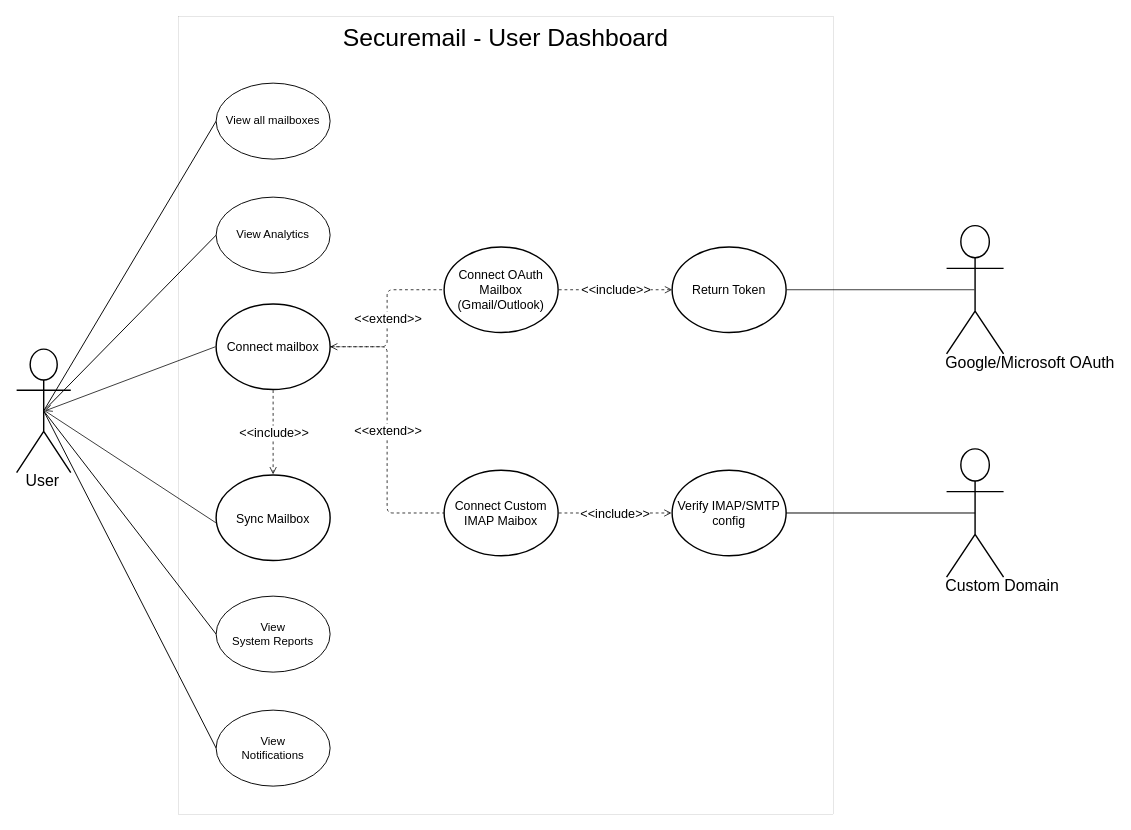
Above: diagrams/Usecase-dashbord.drawio in The-Team-Dream/SecureMail (draw.io), before the change. Source tidied: cells renumbered, new cells numbered last; positions are measured from the earlier drawing's top-left corner, leaving out a move shared by most shapes. Both pictures are drawn from the tidied source at 95%, with x=0, y=0 at pixel (16, 16).
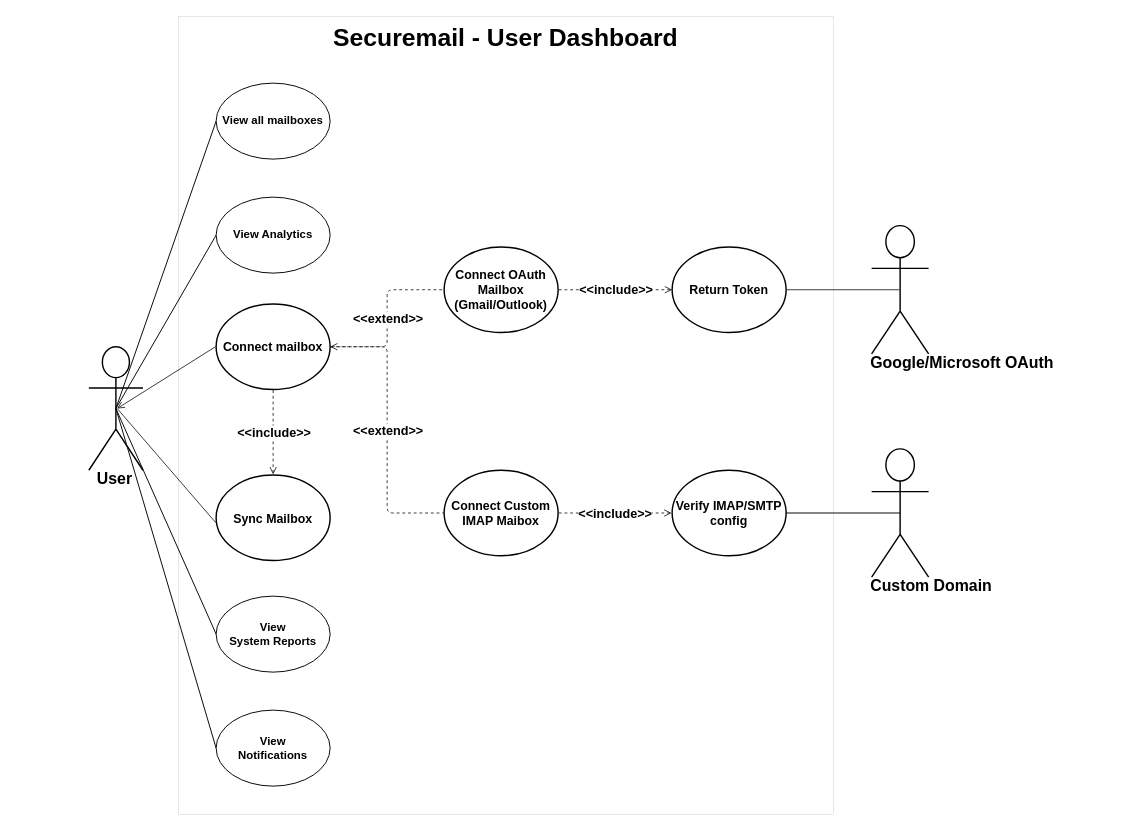
After the change.

Commit message (it also covers changes not shown here):
docs: add system architecture and design diagrams for Securemail project

Change to the diagram source:
```diff
@@
-    <mxCell id="2" value="Securemail - User Dashboard" style="whiteSpace=wrap;html=1;strokeWidth=0;verticalAlign=top;fontSize=26;labelBackgroundColor=none;" parent="1" vertex="1">
+    <mxCell id="2" value="Securemail - User Dashboard" style="whiteSpace=wrap;html=1;strokeWidth=0;verticalAlign=top;fontSize=26;labelBackgroundColor=none;fontStyle=1;" parent="1" vertex="1">
       <mxGeometry x="170" width="690" height="840" as="geometry" />
     </mxCell>
-    <mxCell id="3" style="edgeStyle=none;rounded=0;jettySize=auto;html=1;entryX=0;entryY=0.5;entryDx=0;entryDy=0;endArrow=none;endFill=0;exitX=0.5;exitY=0.5;exitDx=0;exitDy=0;exitPerimeter=0;" parent="1" edge="1" source="7" target="28">
+    <mxCell id="3" style="edgeStyle=none;rounded=0;jettySize=auto;html=1;entryX=0;entryY=0.5;entryDx=0;entryDy=0;endArrow=none;endFill=0;exitX=0.5;exitY=0.5;exitDx=0;exitDy=0;exitPerimeter=0;fontStyle=1;" parent="1" edge="1" source="7" target="28">
       <mxGeometry relative="1" as="geometry" />
     </mxCell>
-    <mxCell id="4" style="edgeStyle=none;rounded=0;jettySize=auto;html=1;entryX=0;entryY=0.5;entryDx=0;entryDy=0;endArrow=none;endFill=0;exitX=0.5;exitY=0.5;exitDx=0;exitDy=0;exitPerimeter=0;" parent="1" edge="1" source="7" target="29">
+    <mxCell id="4" style="edgeStyle=none;rounded=0;jettySize=auto;html=1;entryX=0;entryY=0.5;entryDx=0;entryDy=0;endArrow=none;endFill=0;exitX=0.5;exitY=0.5;exitDx=0;exitDy=0;exitPerimeter=0;fontStyle=1;" parent="1" edge="1" source="7" target="29">
       <mxGeometry relative="1" as="geometry" />
     </mxCell>
-    <mxCell id="5" style="rounded=0;jettySize=auto;html=1;exitX=0.5;exitY=0.5;exitDx=0;exitDy=0;exitPerimeter=0;entryX=0;entryY=0.5;entryDx=0;entryDy=0;endArrow=none;endFill=0;" parent="1" edge="1" source="7" target="32">
+    <mxCell id="5" style="rounded=0;jettySize=auto;html=1;exitX=0.5;exitY=0.5;exitDx=0;exitDy=0;exitPerimeter=0;entryX=0;entryY=0.5;entryDx=0;entryDy=0;endArrow=none;endFill=0;fontStyle=1;" parent="1" edge="1" source="7" target="32">
       <mxGeometry relative="1" as="geometry" />
     </mxCell>
-    <mxCell id="6" style="rounded=0;jettySize=auto;html=1;exitX=0.5;exitY=0.5;exitDx=0;exitDy=0;exitPerimeter=0;entryX=0;entryY=0.5;entryDx=0;entryDy=0;endArrow=none;endFill=0;" parent="1" edge="1" source="7" target="33">
+    <mxCell id="6" style="rounded=0;jettySize=auto;html=1;exitX=0.5;exitY=0.5;exitDx=0;exitDy=0;exitPerimeter=0;entryX=0;entryY=0.5;entryDx=0;entryDy=0;endArrow=none;endFill=0;fontStyle=1;" parent="1" edge="1" source="7" target="33">
       <mxGeometry relative="1" as="geometry" />
     </mxCell>
-    <mxCell id="7" value="User" style="html=1;overflow=block;blockSpacing=1;shape=umlActor;labelPosition=center;verticalLabelPosition=bottom;verticalAlign=top;whiteSpace=nowrap;fontSize=16.7;spacing=0;strokeOpacity=100;fillOpacity=100;rounded=1;absoluteArcSize=1;arcSize=9;strokeWidth=1.5;lucidId=tjuU~bJIuo7A;snapToPoint=0;backgroundOutline=0;enumerate=0;comic=0;" parent="1" vertex="1">
-      <mxGeometry y="350" width="57" height="130" as="geometry" />
+    <mxCell id="7" value="User" style="html=1;overflow=block;blockSpacing=1;shape=umlActor;labelPosition=center;verticalLabelPosition=bottom;verticalAlign=top;whiteSpace=nowrap;fontSize=16.7;spacing=0;strokeOpacity=100;fillOpacity=100;rounded=1;absoluteArcSize=1;arcSize=9;strokeWidth=1.5;lucidId=tjuU~bJIuo7A;snapToPoint=0;backgroundOutline=0;enumerate=0;comic=0;fontStyle=1;" parent="1" vertex="1">
+      <mxGeometry x="76" y="347.5" width="57" height="130" as="geometry" />
     </mxCell>
-    <mxCell id="8" value="Google/Microsoft&amp;nbsp;&lt;span style=&quot;background-color: transparent; color: light-dark(rgb(0, 0, 0), rgb(255, 255, 255));&quot;&gt;OAuth&lt;/span&gt;" style="html=1;overflow=block;blockSpacing=1;shape=umlActor;labelPosition=center;verticalLabelPosition=bottom;verticalAlign=top;whiteSpace=nowrap;fontSize=16.7;spacing=0;strokeOpacity=100;fillOpacity=100;rounded=1;absoluteArcSize=1;arcSize=9;strokeWidth=1.5;lucidId=YBuUi~5pyyF5;snapToPoint=0;backgroundOutline=0;enumerate=0;comic=0;align=center;" parent="1" vertex="1">
-      <mxGeometry x="978.9" y="220" width="60" height="135" as="geometry" />
+    <mxCell id="8" value="Google/Microsoft&amp;nbsp;&lt;span style=&quot;background-color: transparent; color: light-dark(rgb(0, 0, 0), rgb(255, 255, 255));&quot;&gt;OAuth&lt;/span&gt;" style="html=1;overflow=block;blockSpacing=1;shape=umlActor;labelPosition=center;verticalLabelPosition=bottom;verticalAlign=top;whiteSpace=nowrap;fontSize=16.7;spacing=0;strokeOpacity=100;fillOpacity=100;rounded=1;absoluteArcSize=1;arcSize=9;strokeWidth=1.5;lucidId=YBuUi~5pyyF5;snapToPoint=0;backgroundOutline=0;enumerate=0;comic=0;align=center;fontStyle=1;" parent="1" vertex="1">
+      <mxGeometry x="900" y="220" width="60" height="135" as="geometry" />
     </mxCell>
-    <mxCell id="9" value="Return Token" style="html=1;overflow=block;blockSpacing=1;whiteSpace=wrap;ellipse;fontSize=13;spacing=3.8;strokeOpacity=100;fillOpacity=100;rounded=1;absoluteArcSize=1;arcSize=9;strokeWidth=1.5;lucidId=DDvUJ62FBFTL;snapToPoint=0;backgroundOutline=0;enumerate=0;comic=0;" parent="1" vertex="1">
+    <mxCell id="9" value="Return Token" style="html=1;overflow=block;blockSpacing=1;whiteSpace=wrap;ellipse;fontSize=13;spacing=3.8;strokeOpacity=100;fillOpacity=100;rounded=1;absoluteArcSize=1;arcSize=9;strokeWidth=1.5;lucidId=DDvUJ62FBFTL;snapToPoint=0;backgroundOutline=0;enumerate=0;comic=0;fontStyle=1;" parent="1" vertex="1">
       <mxGeometry x="690" y="242.5" width="120" height="90" as="geometry" />
     </mxCell>
-    <mxCell id="10" style="html=1;jettySize=18;whiteSpace=wrap;fontSize=13;strokeOpacity=100;strokeWidth=0.8;rounded=0;startArrow=none;endArrow=none;exitX=0.488;exitY=0.5;exitPerimeter=0;entryX=1.006;entryY=0.5;entryPerimeter=0;lucidId=.DvUfyTKyQb-;snapToPoint=0;backgroundOutline=0;enumerate=0;comic=0;" parent="1" edge="1" source="8" target="9">
+    <mxCell id="10" style="html=1;jettySize=18;whiteSpace=wrap;fontSize=13;strokeOpacity=100;strokeWidth=0.8;rounded=0;startArrow=none;endArrow=none;exitX=0.488;exitY=0.5;exitPerimeter=0;entryX=1.006;entryY=0.5;entryPerimeter=0;lucidId=.DvUfyTKyQb-;snapToPoint=0;backgroundOutline=0;enumerate=0;comic=0;fontStyle=1;" parent="1" edge="1" source="8" target="9">
       <mxGeometry relative="1" as="geometry" />
     </mxCell>
-    <mxCell id="11" style="html=1;jettySize=18;whiteSpace=wrap;fontSize=13;strokeOpacity=100;strokeWidth=0.8;rounded=0;startArrow=open;endArrow=none;exitX=0.523;exitY=0.5;exitPerimeter=0;entryX=-0.006;entryY=0.5;entryPerimeter=0;lucidId=5QvUc~6p.JBO;snapToPoint=0;backgroundOutline=0;enumerate=0;comic=0;" parent="1" edge="1" source="7" target="12">
+    <mxCell id="11" style="html=1;jettySize=18;whiteSpace=wrap;fontSize=13;strokeOpacity=100;strokeWidth=0.8;rounded=0;startArrow=open;endArrow=none;exitX=0.523;exitY=0.5;exitPerimeter=0;entryX=-0.006;entryY=0.5;entryPerimeter=0;lucidId=5QvUc~6p.JBO;snapToPoint=0;backgroundOutline=0;enumerate=0;comic=0;fontStyle=1;" parent="1" edge="1" source="7" target="12">
       <mxGeometry relative="1" as="geometry" />
     </mxCell>
-    <mxCell id="12" value="Connect mailbox" style="html=1;overflow=block;blockSpacing=1;whiteSpace=wrap;ellipse;fontSize=13;spacing=3.8;strokeOpacity=100;fillOpacity=100;rounded=1;absoluteArcSize=1;arcSize=9;strokeWidth=1.5;lucidId=6QvUDjdQjFXp;snapToPoint=0;backgroundOutline=0;enumerate=0;comic=0;" parent="1" vertex="1">
+    <mxCell id="12" value="Connect mailbox" style="html=1;overflow=block;blockSpacing=1;whiteSpace=wrap;ellipse;fontSize=13;spacing=3.8;strokeOpacity=100;fillOpacity=100;rounded=1;absoluteArcSize=1;arcSize=9;strokeWidth=1.5;lucidId=6QvUDjdQjFXp;snapToPoint=0;backgroundOutline=0;enumerate=0;comic=0;fontStyle=1;" parent="1" vertex="1">
       <mxGeometry x="210" y="302.5" width="120" height="90" as="geometry" />
     </mxCell>
-    <mxCell id="13" style="html=1;jettySize=18;whiteSpace=wrap;fontSize=13;strokeOpacity=100;dashed=1;fixDash=1;strokeWidth=0.8;rounded=1;arcSize=12;edgeStyle=orthogonalEdgeStyle;startArrow=none;endArrow=none;exitX=1;exitY=0.5;exitPerimeter=0;entryX=0;entryY=0.5;entryPerimeter=0;lucidId=ERvUGah70YaZ;snapToPoint=0;backgroundOutline=0;enumerate=0;comic=0;" parent="1" edge="1" source="12" target="15">
+    <mxCell id="13" style="html=1;jettySize=18;whiteSpace=wrap;fontSize=13;strokeOpacity=100;dashed=1;fixDash=1;strokeWidth=0.8;rounded=1;arcSize=12;edgeStyle=orthogonalEdgeStyle;startArrow=none;endArrow=none;exitX=1;exitY=0.5;exitPerimeter=0;entryX=0;entryY=0.5;entryPerimeter=0;lucidId=ERvUGah70YaZ;snapToPoint=0;backgroundOutline=0;enumerate=0;comic=0;fontStyle=1;" parent="1" edge="1" source="12" target="15">
       <mxGeometry relative="1" as="geometry" />
     </mxCell>
-    <mxCell id="14" value="&amp;lt;&amp;lt;extend&amp;gt;&amp;gt;" style="text;html=1;labelBackgroundColor=default;align=center;verticalAlign=middle;fontStyle=0;fontColor=default;fontSize=13.3;backgroundOutline=0;enumerate=0;comic=0;labelBorderColor=none;textShadow=0;" parent="13" vertex="1">
+    <mxCell id="14" value="&amp;lt;&amp;lt;extend&amp;gt;&amp;gt;" style="text;html=1;labelBackgroundColor=default;align=center;verticalAlign=middle;fontStyle=1;fontColor=default;fontSize=13.3;backgroundOutline=0;enumerate=0;comic=0;labelBorderColor=none;textShadow=0;" parent="13" vertex="1">
       <mxGeometry relative="1" as="geometry" />
     </mxCell>
-    <mxCell id="15" value="Connect Custom IMAP Maibox" style="html=1;overflow=block;blockSpacing=1;whiteSpace=wrap;ellipse;fontSize=13;spacing=3.8;strokeOpacity=100;fillOpacity=100;rounded=1;absoluteArcSize=1;arcSize=9;strokeWidth=1.5;lucidId=ERvUNEFCjWL7;snapToPoint=0;backgroundOutline=0;enumerate=0;comic=0;" parent="1" vertex="1">
+    <mxCell id="15" value="Connect Custom IMAP Maibox" style="html=1;overflow=block;blockSpacing=1;whiteSpace=wrap;ellipse;fontSize=13;spacing=3.8;strokeOpacity=100;fillOpacity=100;rounded=1;absoluteArcSize=1;arcSize=9;strokeWidth=1.5;lucidId=ERvUNEFCjWL7;snapToPoint=0;backgroundOutline=0;enumerate=0;comic=0;fontStyle=1;" parent="1" vertex="1">
       <mxGeometry x="450" y="477.5" width="120" height="90" as="geometry" />
     </mxCell>
-    <mxCell id="16" style="html=1;jettySize=18;whiteSpace=wrap;fontSize=13;strokeOpacity=100;dashed=1;fixDash=1;strokeWidth=0.8;rounded=1;arcSize=12;edgeStyle=orthogonalEdgeStyle;startArrow=open;endArrow=none;exitX=1;exitY=0.5;exitPerimeter=0;entryX=0;entryY=0.5;entryPerimeter=0;lucidId=ERvU7349jFj.;snapToPoint=0;backgroundOutline=0;enumerate=0;comic=0;" parent="1" edge="1" source="12" target="18">
+    <mxCell id="16" style="html=1;jettySize=18;whiteSpace=wrap;fontSize=13;strokeOpacity=100;dashed=1;fixDash=1;strokeWidth=0.8;rounded=1;arcSize=12;edgeStyle=orthogonalEdgeStyle;startArrow=open;endArrow=none;exitX=1;exitY=0.5;exitPerimeter=0;entryX=0;entryY=0.5;entryPerimeter=0;lucidId=ERvU7349jFj.;snapToPoint=0;backgroundOutline=0;enumerate=0;comic=0;fontStyle=1;" parent="1" edge="1" source="12" target="18">
       <mxGeometry relative="1" as="geometry" />
     </mxCell>
-    <mxCell id="17" value="&amp;lt;&amp;lt;extend&amp;gt;&amp;gt;" style="text;html=1;labelBackgroundColor=default;align=center;verticalAlign=middle;fontStyle=0;fontColor=default;fontSize=13.3;backgroundOutline=0;enumerate=0;comic=0;labelBorderColor=none;textShadow=0;" parent="16" vertex="1">
+    <mxCell id="17" value="&amp;lt;&amp;lt;extend&amp;gt;&amp;gt;" style="text;html=1;labelBackgroundColor=default;align=center;verticalAlign=middle;fontStyle=1;fontColor=default;fontSize=13.3;backgroundOutline=0;enumerate=0;comic=0;labelBorderColor=none;textShadow=0;" parent="16" vertex="1">
       <mxGeometry relative="1" as="geometry" />
     </mxCell>
-    <mxCell id="18" value="Connect OAuth Mailbox (Gmail/Outlook)" style="html=1;overflow=block;blockSpacing=1;whiteSpace=wrap;ellipse;fontSize=13;spacing=3.8;strokeOpacity=100;fillOpacity=100;rounded=1;absoluteArcSize=1;arcSize=9;strokeWidth=1.5;lucidId=ERvUNmOktHEo;snapToPoint=0;backgroundOutline=0;enumerate=0;comic=0;" parent="1" vertex="1">
+    <mxCell id="18" value="Connect OAuth Mailbox (Gmail/Outlook)" style="html=1;overflow=block;blockSpacing=1;whiteSpace=wrap;ellipse;fontSize=13;spacing=3.8;strokeOpacity=100;fillOpacity=100;rounded=1;absoluteArcSize=1;arcSize=9;strokeWidth=1.5;lucidId=ERvUNmOktHEo;snapToPoint=0;backgroundOutline=0;enumerate=0;comic=0;fontStyle=1;" parent="1" vertex="1">
       <mxGeometry x="450" y="242.5" width="120" height="90" as="geometry" />
     </mxCell>
-    <mxCell id="19" style="html=1;jettySize=18;whiteSpace=wrap;fontSize=13;strokeOpacity=100;dashed=1;fixDash=1;strokeWidth=0.8;rounded=0;startArrow=none;endArrow=open;exitX=1.006;exitY=0.5;exitPerimeter=0;lucidId=_VvUQJidgzz5;snapToPoint=0;backgroundOutline=0;enumerate=0;comic=0;" parent="1" edge="1" source="18">
+    <mxCell id="19" style="html=1;jettySize=18;whiteSpace=wrap;fontSize=13;strokeOpacity=100;dashed=1;fixDash=1;strokeWidth=0.8;rounded=0;startArrow=none;endArrow=open;exitX=1.006;exitY=0.5;exitPerimeter=0;lucidId=_VvUQJidgzz5;snapToPoint=0;backgroundOutline=0;enumerate=0;comic=0;fontStyle=1;" parent="1" edge="1" source="18">
       <mxGeometry relative="1" as="geometry">
         <mxPoint x="690" y="287.5" as="targetPoint" />
       </mxGeometry>
     </mxCell>
-    <mxCell id="20" value="&amp;lt;&amp;lt;include&amp;gt;&amp;gt;" style="text;html=1;labelBackgroundColor=default;align=center;verticalAlign=middle;fontStyle=0;fontColor=default;fontSize=13.3;backgroundOutline=0;enumerate=0;comic=0;labelBorderColor=none;textShadow=0;" parent="19" vertex="1">
+    <mxCell id="20" value="&amp;lt;&amp;lt;include&amp;gt;&amp;gt;" style="text;html=1;labelBackgroundColor=default;align=center;verticalAlign=middle;fontStyle=1;fontColor=default;fontSize=13.3;backgroundOutline=0;enumerate=0;comic=0;labelBorderColor=none;textShadow=0;" parent="19" vertex="1">
       <mxGeometry relative="1" as="geometry" />
     </mxCell>
-    <mxCell id="21" value="Verify IMAP/SMTP config" style="html=1;overflow=block;blockSpacing=1;whiteSpace=wrap;ellipse;fontSize=13;spacing=3.8;strokeOpacity=100;fillOpacity=100;rounded=1;absoluteArcSize=1;arcSize=9;strokeWidth=1.5;lucidId=WXvU7I~n-GIE;snapToPoint=0;backgroundOutline=0;enumerate=0;comic=0;" parent="1" vertex="1">
+    <mxCell id="21" value="Verify IMAP/SMTP config" style="html=1;overflow=block;blockSpacing=1;whiteSpace=wrap;ellipse;fontSize=13;spacing=3.8;strokeOpacity=100;fillOpacity=100;rounded=1;absoluteArcSize=1;arcSize=9;strokeWidth=1.5;lucidId=WXvU7I~n-GIE;snapToPoint=0;backgroundOutline=0;enumerate=0;comic=0;fontStyle=1;" parent="1" vertex="1">
       <mxGeometry x="690" y="477.5" width="120" height="90" as="geometry" />
     </mxCell>
-    <mxCell id="22" style="html=1;jettySize=18;whiteSpace=wrap;fontSize=13;strokeOpacity=100;dashed=1;fixDash=1;strokeWidth=0.8;rounded=0;startArrow=none;endArrow=open;exitX=1.006;exitY=0.5;exitPerimeter=0;entryX=-0.006;entryY=0.5;entryPerimeter=0;lucidId=0YvU7Q_p_Us3;snapToPoint=0;backgroundOutline=0;enumerate=0;comic=0;" parent="1" edge="1" source="15" target="21">
+    <mxCell id="22" style="html=1;jettySize=18;whiteSpace=wrap;fontSize=13;strokeOpacity=100;dashed=1;fixDash=1;strokeWidth=0.8;rounded=0;startArrow=none;endArrow=open;exitX=1.006;exitY=0.5;exitPerimeter=0;entryX=-0.006;entryY=0.5;entryPerimeter=0;lucidId=0YvU7Q_p_Us3;snapToPoint=0;backgroundOutline=0;enumerate=0;comic=0;fontStyle=1;" parent="1" edge="1" source="15" target="21">
       <mxGeometry relative="1" as="geometry" />
     </mxCell>
-    <mxCell id="23" value="&amp;lt;&amp;lt;include&amp;gt;&amp;gt;" style="text;html=1;labelBackgroundColor=default;align=center;verticalAlign=middle;fontStyle=0;fontColor=default;fontSize=13.3;backgroundOutline=0;enumerate=0;comic=0;labelBorderColor=none;textShadow=0;" parent="22" vertex="1">
+    <mxCell id="23" value="&amp;lt;&amp;lt;include&amp;gt;&amp;gt;" style="text;html=1;labelBackgroundColor=default;align=center;verticalAlign=middle;fontStyle=1;fontColor=default;fontSize=13.3;backgroundOutline=0;enumerate=0;comic=0;labelBorderColor=none;textShadow=0;" parent="22" vertex="1">
       <mxGeometry relative="1" as="geometry" />
     </mxCell>
-    <mxCell id="24" style="html=1;jettySize=18;whiteSpace=wrap;fontSize=13;strokeOpacity=100;strokeWidth=0.8;rounded=0;startArrow=none;endArrow=none;exitX=0.523;exitY=0.5;exitPerimeter=0;entryX=-0.003;entryY=0.558;entryPerimeter=0;lucidId=M1vU78dOWWgP;snapToPoint=0;backgroundOutline=0;enumerate=0;comic=0;" parent="1" edge="1" source="7" target="25">
+    <mxCell id="24" style="html=1;jettySize=18;whiteSpace=wrap;fontSize=13;strokeOpacity=100;strokeWidth=0.8;rounded=0;startArrow=none;endArrow=none;exitX=0.523;exitY=0.5;exitPerimeter=0;entryX=-0.003;entryY=0.558;entryPerimeter=0;lucidId=M1vU78dOWWgP;snapToPoint=0;backgroundOutline=0;enumerate=0;comic=0;fontStyle=1;" parent="1" edge="1" source="7" target="25">
       <mxGeometry relative="1" as="geometry" />
     </mxCell>
-    <mxCell id="25" value="Sync Mailbox" style="html=1;overflow=block;blockSpacing=1;whiteSpace=wrap;ellipse;fontSize=13;spacing=3.8;strokeOpacity=100;fillOpacity=100;rounded=1;absoluteArcSize=1;arcSize=9;strokeWidth=1.5;lucidId=N1vUioob1UFZ;snapToPoint=0;backgroundOutline=0;enumerate=0;comic=0;" parent="1" vertex="1">
+    <mxCell id="25" value="Sync Mailbox" style="html=1;overflow=block;blockSpacing=1;whiteSpace=wrap;ellipse;fontSize=13;spacing=3.8;strokeOpacity=100;fillOpacity=100;rounded=1;absoluteArcSize=1;arcSize=9;strokeWidth=1.5;lucidId=N1vUioob1UFZ;snapToPoint=0;backgroundOutline=0;enumerate=0;comic=0;fontStyle=1;" parent="1" vertex="1">
       <mxGeometry x="210" y="482.5" width="120" height="90" as="geometry" />
     </mxCell>
-    <mxCell id="26" style="html=1;jettySize=18;whiteSpace=wrap;fontSize=13;strokeOpacity=100;dashed=1;fixDash=1;strokeWidth=0.8;rounded=0;startArrow=none;endArrow=open;exitX=0.5;exitY=1.008;exitPerimeter=0;entryX=0.5;entryY=-0.008;entryPerimeter=0;lucidId=k~vUifRTJSxT;snapToPoint=0;backgroundOutline=0;enumerate=0;comic=0;" parent="1" edge="1" source="12" target="25">
+    <mxCell id="26" style="html=1;jettySize=18;whiteSpace=wrap;fontSize=13;strokeOpacity=100;dashed=1;fixDash=1;strokeWidth=0.8;rounded=0;startArrow=none;endArrow=open;exitX=0.5;exitY=1.008;exitPerimeter=0;entryX=0.5;entryY=-0.008;entryPerimeter=0;lucidId=k~vUifRTJSxT;snapToPoint=0;backgroundOutline=0;enumerate=0;comic=0;fontStyle=1;" parent="1" edge="1" source="12" target="25">
       <mxGeometry relative="1" as="geometry" />
     </mxCell>
-    <mxCell id="27" value="&amp;lt;&amp;lt;include&amp;gt;&amp;gt;" style="text;html=1;labelBackgroundColor=default;align=center;verticalAlign=middle;fontStyle=0;fontColor=default;fontSize=13.3;backgroundOutline=0;enumerate=0;comic=0;labelBorderColor=none;textShadow=0;" parent="26" vertex="1">
+    <mxCell id="27" value="&amp;lt;&amp;lt;include&amp;gt;&amp;gt;" style="text;html=1;labelBackgroundColor=default;align=center;verticalAlign=middle;fontStyle=1;fontColor=default;fontSize=13.3;backgroundOutline=0;enumerate=0;comic=0;labelBorderColor=none;textShadow=0;" parent="26" vertex="1">
       <mxGeometry relative="1" as="geometry" />
     </mxCell>
-    <mxCell id="28" value="View Analyt&lt;span style=&quot;background-color: transparent; color: light-dark(rgb(0, 0, 0), rgb(255, 255, 255));&quot;&gt;ics&lt;/span&gt;" style="ellipse;whiteSpace=wrap;html=1;" parent="1" vertex="1">
+    <mxCell id="28" value="View Analyt&lt;span style=&quot;background-color: transparent; color: light-dark(rgb(0, 0, 0), rgb(255, 255, 255));&quot;&gt;ics&lt;/span&gt;" style="ellipse;whiteSpace=wrap;html=1;fontStyle=1;" parent="1" vertex="1">
       <mxGeometry x="210" y="190" width="120" height="80" as="geometry" />
     </mxCell>
-    <mxCell id="29" value="View all mailboxes" style="ellipse;whiteSpace=wrap;html=1;" parent="1" vertex="1">
+    <mxCell id="29" value="View all mailboxes" style="ellipse;whiteSpace=wrap;html=1;fontStyle=1;" parent="1" vertex="1">
       <mxGeometry x="210" y="70" width="120" height="80" as="geometry" />
     </mxCell>
-    <mxCell id="30" style="rounded=0;jettySize=auto;html=1;endArrow=none;endFill=0;exitX=0.5;exitY=0.5;exitDx=0;exitDy=0;exitPerimeter=0;entryX=1;entryY=0.5;entryDx=0;entryDy=0;" parent="1" edge="1" source="31" target="21">
+    <mxCell id="30" style="rounded=0;jettySize=auto;html=1;endArrow=none;endFill=0;exitX=0.5;exitY=0.5;exitDx=0;exitDy=0;exitPerimeter=0;entryX=1;entryY=0.5;entryDx=0;entryDy=0;fontStyle=1;" parent="1" edge="1" source="31" target="21">
       <mxGeometry relative="1" as="geometry" />
     </mxCell>
-    <mxCell id="31" value="Custom Domain" style="html=1;overflow=block;blockSpacing=1;shape=umlActor;labelPosition=center;verticalLabelPosition=bottom;verticalAlign=top;whiteSpace=nowrap;fontSize=16.7;spacing=0;strokeOpacity=100;fillOpacity=100;rounded=1;absoluteArcSize=1;arcSize=9;strokeWidth=1.5;lucidId=YBuUi~5pyyF5;snapToPoint=0;backgroundOutline=0;enumerate=0;comic=0;align=center;" parent="1" vertex="1">
-      <mxGeometry x="978.9" y="455" width="60" height="135" as="geometry" />
+    <mxCell id="31" value="Custom Domain" style="html=1;overflow=block;blockSpacing=1;shape=umlActor;labelPosition=center;verticalLabelPosition=bottom;verticalAlign=top;whiteSpace=nowrap;fontSize=16.7;spacing=0;strokeOpacity=100;fillOpacity=100;rounded=1;absoluteArcSize=1;arcSize=9;strokeWidth=1.5;lucidId=YBuUi~5pyyF5;snapToPoint=0;backgroundOutline=0;enumerate=0;comic=0;align=center;fontStyle=1;" parent="1" vertex="1">
+      <mxGeometry x="900" y="455" width="60" height="135" as="geometry" />
     </mxCell>
-    <mxCell id="32" value="View&lt;div&gt;System Reports&lt;/div&gt;" style="ellipse;whiteSpace=wrap;html=1;" parent="1" vertex="1">
+    <mxCell id="32" value="View&lt;div&gt;System Reports&lt;/div&gt;" style="ellipse;whiteSpace=wrap;html=1;fontStyle=1;" parent="1" vertex="1">
       <mxGeometry x="210" y="610" width="120" height="80" as="geometry" />
     </mxCell>
-    <mxCell id="33" value="View&lt;div&gt;Notifications&lt;/div&gt;" style="ellipse;whiteSpace=wrap;html=1;" parent="1" vertex="1">
+    <mxCell id="33" value="View&lt;div&gt;Notifications&lt;/div&gt;" style="ellipse;whiteSpace=wrap;html=1;fontStyle=1;" parent="1" vertex="1">
       <mxGeometry x="210" y="730" width="120" height="80" as="geometry" />
     </mxCell>
```
